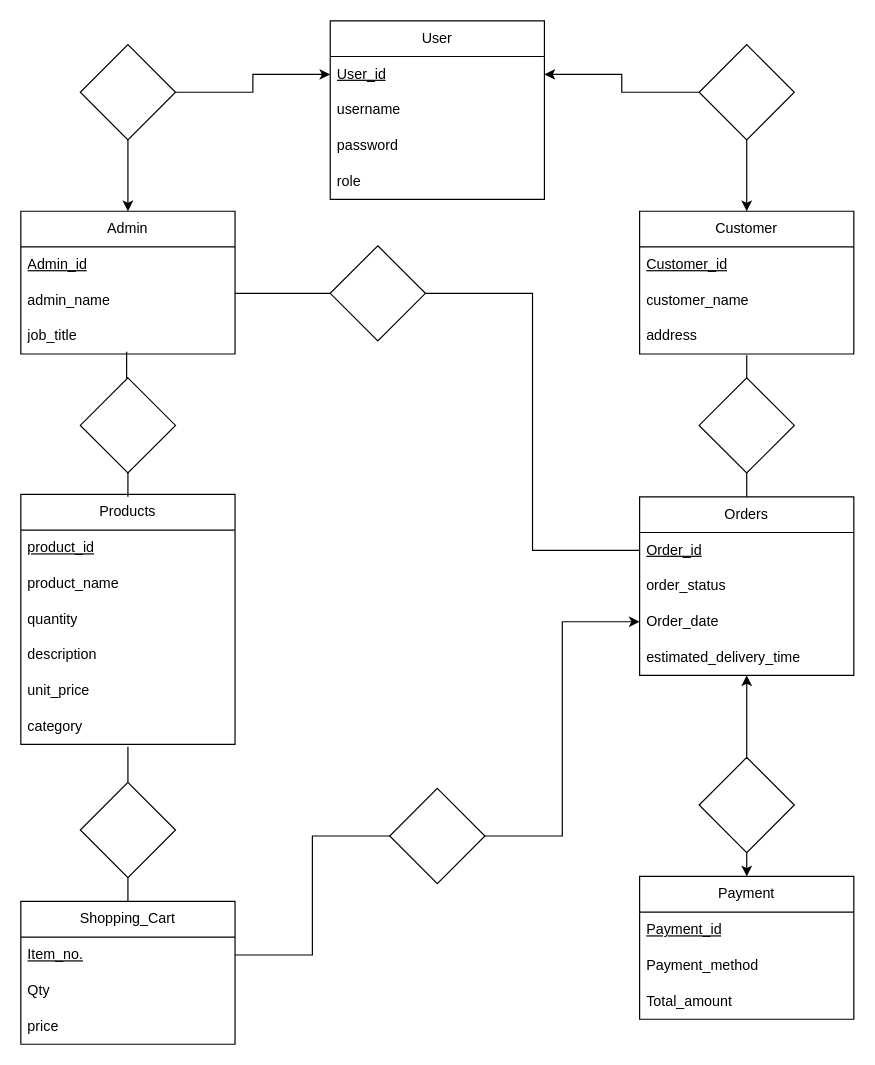
Before: project.drawio in haris-hk/Database-ERD, a draw.io diagram. Source tidied: cells renumbered, new cells numbered last; positions are measured from the earlier drawing's top-left corner, leaving out a move shared by most shapes. Both pictures are drawn from the tidied source at 119%, with x=0, y=0 at pixel (20, 20).
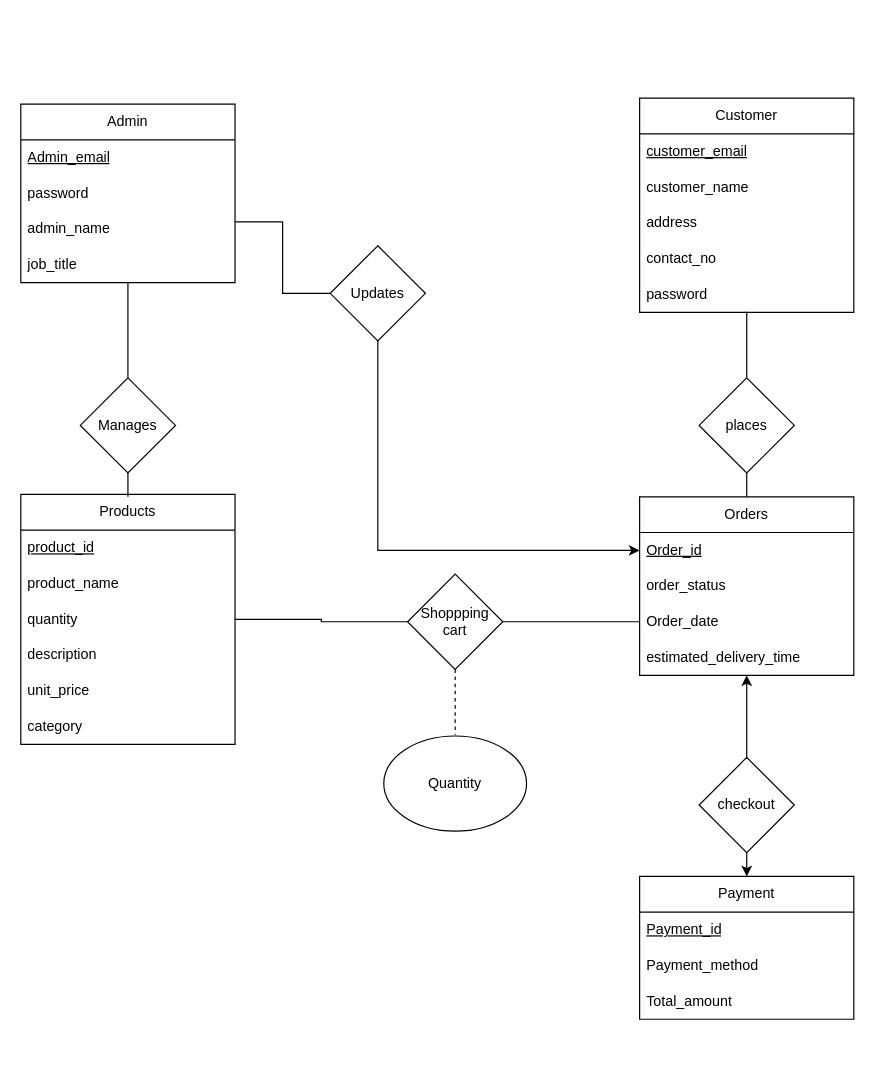
The same diagram, later.

Unchanged cells that the change refers to:
```xml
<mxCell id="14" value="address" style="text;strokeColor=none;fillColor=none;align=left;verticalAlign=middle;spacingLeft=4;spacingRight=4;overflow=hidden;points=[[0,0.5],[1,0.5]];portConstraint=eastwest;whiteSpace=wrap;html=1;" parent="11" vertex="1">
  <mxGeometry y="90" width="180" height="30" as="geometry" />
</mxCell>
<mxCell id="18" value="quantity" style="text;strokeColor=none;fillColor=none;align=left;verticalAlign=middle;spacingLeft=4;spacingRight=4;overflow=hidden;points=[[0,0.5],[1,0.5]];portConstraint=eastwest;whiteSpace=wrap;html=1;" parent="15" vertex="1">
  <mxGeometry y="90" width="180" height="30" as="geometry" />
</mxCell>
<mxCell id="21" value="category" style="text;strokeColor=none;fillColor=none;align=left;verticalAlign=middle;spacingLeft=4;spacingRight=4;overflow=hidden;points=[[0,0.5],[1,0.5]];portConstraint=eastwest;whiteSpace=wrap;html=1;" parent="15" vertex="1">
  <mxGeometry y="180" width="180" height="30" as="geometry" />
</mxCell>
<mxCell id="23" value="&lt;u&gt;Order_id&lt;/u&gt;" style="text;strokeColor=none;fillColor=none;align=left;verticalAlign=middle;spacingLeft=4;spacingRight=4;overflow=hidden;points=[[0,0.5],[1,0.5]];portConstraint=eastwest;whiteSpace=wrap;html=1;" parent="22" vertex="1">
  <mxGeometry y="30" width="180" height="30" as="geometry" />
</mxCell>
<mxCell id="25" value="Order_date" style="text;strokeColor=none;fillColor=none;align=left;verticalAlign=middle;spacingLeft=4;spacingRight=4;overflow=hidden;points=[[0,0.5],[1,0.5]];portConstraint=eastwest;whiteSpace=wrap;html=1;" parent="22" vertex="1">
  <mxGeometry y="90" width="180" height="30" as="geometry" />
</mxCell>
```

The edit, as a diff of the source:
```diff
@@
-    <mxCell id="2" value="User" style="swimlane;fontStyle=0;horizontal=1;startSize=30;whiteSpace=wrap;html=1;" parent="1" vertex="1">
-      <mxGeometry x="260" width="180" height="150" as="geometry" />
-    </mxCell>
-    <mxCell id="3" value="&lt;u&gt;User_id&lt;/u&gt;" style="text;strokeColor=none;fillColor=none;align=left;verticalAlign=middle;spacingLeft=4;spacingRight=4;overflow=hidden;points=[[0,0.5],[1,0.5]];portConstraint=eastwest;whiteSpace=wrap;html=1;" parent="2" vertex="1">
-      <mxGeometry y="30" width="180" height="30" as="geometry" />
-    </mxCell>
-    <mxCell id="4" value="username" style="text;strokeColor=none;fillColor=none;align=left;verticalAlign=middle;spacingLeft=4;spacingRight=4;overflow=hidden;whiteSpace=wrap;html=1;" parent="2" vertex="1">
-      <mxGeometry y="60" width="180" height="30" as="geometry" />
-    </mxCell>
-    <mxCell id="5" value="password" style="text;strokeColor=none;fillColor=none;align=left;verticalAlign=middle;spacingLeft=4;spacingRight=4;overflow=hidden;whiteSpace=wrap;html=1;" parent="2" vertex="1">
-      <mxGeometry y="90" width="180" height="30" as="geometry" />
-    </mxCell>
-    <mxCell id="6" value="role" style="text;strokeColor=none;fillColor=none;align=left;verticalAlign=middle;spacingLeft=4;spacingRight=4;overflow=hidden;whiteSpace=wrap;html=1;" parent="2" vertex="1">
-      <mxGeometry y="120" width="180" height="30" as="geometry" />
-    </mxCell>
     <mxCell id="7" value="Admin" style="swimlane;fontStyle=0;horizontal=1;startSize=30;whiteSpace=wrap;html=1;" parent="1" vertex="1">
-      <mxGeometry y="160" width="180" height="120" as="geometry" />
+      <mxGeometry y="70" width="180" height="150" as="geometry" />
     </mxCell>
-    <mxCell id="8" value="&lt;u&gt;Admin_id&lt;/u&gt;" style="text;strokeColor=none;fillColor=none;align=left;verticalAlign=middle;spacingLeft=4;spacingRight=4;overflow=hidden;whiteSpace=wrap;html=1;" parent="7" vertex="1">
+    <mxCell id="8" value="&lt;u&gt;Admin_email&lt;/u&gt;" style="text;strokeColor=none;fillColor=none;align=left;verticalAlign=middle;spacingLeft=4;spacingRight=4;overflow=hidden;whiteSpace=wrap;html=1;" parent="7" vertex="1">
       <mxGeometry y="30" width="180" height="30" as="geometry" />
     </mxCell>
+    <mxCell id="59" value="password" style="text;strokeColor=none;fillColor=none;align=left;verticalAlign=middle;spacingLeft=4;spacingRight=4;overflow=hidden;whiteSpace=wrap;html=1;" parent="7" vertex="1">
+      <mxGeometry y="60" width="180" height="30" as="geometry" />
+    </mxCell>
     <mxCell id="9" value="admin_name" style="text;strokeColor=none;fillColor=none;align=left;verticalAlign=middle;spacingLeft=4;spacingRight=4;overflow=hidden;points=[[0,0.5],[1,0.5]];portConstraint=eastwest;whiteSpace=wrap;html=1;" parent="7" vertex="1">
-      <mxGeometry y="60" width="180" height="30" as="geometry" />
+      <mxGeometry y="90" width="180" height="30" as="geometry" />
     </mxCell>
     <mxCell id="10" value="job_title" style="text;strokeColor=none;fillColor=none;align=left;verticalAlign=middle;spacingLeft=4;spacingRight=4;overflow=hidden;points=[[0,0.5],[1,0.5]];portConstraint=eastwest;whiteSpace=wrap;html=1;" parent="7" vertex="1">
-      <mxGeometry y="90" width="180" height="30" as="geometry" />
+      <mxGeometry y="120" width="180" height="30" as="geometry" />
     </mxCell>
     <mxCell id="11" value="Customer" style="swimlane;fontStyle=0;horizontal=1;startSize=30;whiteSpace=wrap;html=1;" parent="1" vertex="1">
-      <mxGeometry x="520" y="160" width="180" height="120" as="geometry" />
+      <mxGeometry x="520" y="65" width="180" height="180" as="geometry" />
     </mxCell>
-    <mxCell id="12" value="&lt;u&gt;Customer_id&lt;/u&gt;" style="text;strokeColor=none;fillColor=none;align=left;verticalAlign=middle;spacingLeft=4;spacingRight=4;overflow=hidden;whiteSpace=wrap;html=1;" parent="11" vertex="1">
+    <mxCell id="12" value="&lt;u&gt;customer_email&lt;/u&gt;" style="text;strokeColor=none;fillColor=none;align=left;verticalAlign=middle;spacingLeft=4;spacingRight=4;overflow=hidden;whiteSpace=wrap;html=1;" parent="11" vertex="1">
       <mxGeometry y="30" width="180" height="30" as="geometry" />
     </mxCell>
@@
+    <mxCell id="60" value="contact_no" style="text;strokeColor=none;fillColor=none;align=left;verticalAlign=middle;spacingLeft=4;spacingRight=4;overflow=hidden;whiteSpace=wrap;html=1;" parent="11" vertex="1">
+      <mxGeometry y="120" width="180" height="30" as="geometry" />
+    </mxCell>
+    <mxCell id="61" value="password" style="text;strokeColor=none;fillColor=none;align=left;verticalAlign=middle;spacingLeft=4;spacingRight=4;overflow=hidden;points=[[0,0.5],[1,0.5]];portConstraint=eastwest;whiteSpace=wrap;html=1;" parent="11" vertex="1">
+      <mxGeometry y="150" width="180" height="30" as="geometry" />
+    </mxCell>
@@
-    <mxCell id="27" value="Shopping_Cart" style="swimlane;fontStyle=0;horizontal=1;startSize=30;whiteSpace=wrap;html=1;" parent="1" vertex="1">
-      <mxGeometry y="740" width="180" height="120" as="geometry" />
-    </mxCell>
-    <mxCell id="28" value="&lt;u&gt;Item_no.&lt;/u&gt;" style="text;strokeColor=none;fillColor=none;align=left;verticalAlign=middle;spacingLeft=4;spacingRight=4;overflow=hidden;points=[[0,0.5],[1,0.5]];portConstraint=eastwest;whiteSpace=wrap;html=1;" parent="27" vertex="1">
-      <mxGeometry y="30" width="180" height="30" as="geometry" />
-    </mxCell>
-    <mxCell id="29" value="Qty" style="text;strokeColor=none;fillColor=none;align=left;verticalAlign=middle;spacingLeft=4;spacingRight=4;overflow=hidden;whiteSpace=wrap;html=1;" parent="27" vertex="1">
-      <mxGeometry y="60" width="180" height="30" as="geometry" />
-    </mxCell>
-    <mxCell id="30" value="price" style="text;strokeColor=none;fillColor=none;align=left;verticalAlign=middle;spacingLeft=4;spacingRight=4;overflow=hidden;whiteSpace=wrap;html=1;" parent="27" vertex="1">
-      <mxGeometry y="90" width="180" height="30" as="geometry" />
-    </mxCell>
@@
-    <mxCell id="35" style="edgeStyle=orthogonalEdgeStyle;rounded=0;jettySize=auto;html=1;exitX=1;exitY=0.5;exitDx=0;exitDy=0;entryX=0;entryY=0.5;entryDx=0;entryDy=0;" parent="1" edge="1" source="37" target="3">
-      <mxGeometry relative="1" as="geometry" />
-    </mxCell>
-    <mxCell id="36" style="edgeStyle=orthogonalEdgeStyle;rounded=0;jettySize=auto;html=1;exitX=0.5;exitY=1;exitDx=0;exitDy=0;entryX=0.5;entryY=0;entryDx=0;entryDy=0;" parent="1" edge="1" source="37" target="7">
-      <mxGeometry relative="1" as="geometry" />
-    </mxCell>
-    <mxCell id="37" style="rhombus;whiteSpace=wrap;html=1;" parent="1" vertex="1">
-      <mxGeometry x="50" y="20" width="80" height="80" as="geometry" />
-    </mxCell>
@@
+    <mxCell id="62" style="edgeStyle=orthogonalEdgeStyle;rounded=0;jettySize=auto;html=1;exitX=0.5;exitY=0;exitDx=0;exitDy=0;endArrow=none;endFill=0;" parent="1" edge="1" source="39">
+      <mxGeometry relative="1" as="geometry">
+        <mxPoint x="90" y="220" as="targetPoint" />
+      </mxGeometry>
+    </mxCell>
-    <mxCell id="39" style="rhombus;whiteSpace=wrap;html=1;" parent="1" vertex="1">
+    <mxCell id="39" value="Manages" style="rhombus;whiteSpace=wrap;html=1;" parent="1" vertex="1">
       <mxGeometry x="50" y="300" width="80" height="80" as="geometry" />
     </mxCell>
@@
+    <mxCell id="63" style="edgeStyle=orthogonalEdgeStyle;rounded=0;jettySize=auto;html=1;exitX=0.5;exitY=0;exitDx=0;exitDy=0;entryX=0.494;entryY=1;entryDx=0;entryDy=0;entryPerimeter=0;endArrow=none;endFill=0;" parent="1" edge="1" source="41" target="61">
+      <mxGeometry relative="1" as="geometry">
+        <Array as="points">
+          <mxPoint x="610" y="245" />
+        </Array>
+      </mxGeometry>
+    </mxCell>
-    <mxCell id="41" style="rhombus;whiteSpace=wrap;html=1;" parent="1" vertex="1">
+    <mxCell id="41" value="places" style="rhombus;whiteSpace=wrap;html=1;" parent="1" vertex="1">
       <mxGeometry x="570" y="300" width="80" height="80" as="geometry" />
     </mxCell>
-    <mxCell id="42" style="edgeStyle=orthogonalEdgeStyle;rounded=0;jettySize=auto;html=1;exitX=0.5;exitY=1;exitDx=0;exitDy=0;entryX=0.5;entryY=0;entryDx=0;entryDy=0;endArrow=none;endFill=0;" parent="1" edge="1" source="43" target="27">
-      <mxGeometry relative="1" as="geometry" />
-    </mxCell>
-    <mxCell id="43" style="rhombus;whiteSpace=wrap;html=1;" parent="1" vertex="1">
-      <mxGeometry x="50" y="640" width="80" height="80" as="geometry" />
-    </mxCell>
@@
-    <mxCell id="45" style="rhombus;whiteSpace=wrap;html=1;" parent="1" vertex="1">
+    <mxCell id="45" value="checkout" style="rhombus;whiteSpace=wrap;html=1;" parent="1" vertex="1">
       <mxGeometry x="570" y="619" width="80" height="80" as="geometry" />
     </mxCell>
-    <mxCell id="46" style="edgeStyle=orthogonalEdgeStyle;rounded=0;jettySize=auto;html=1;exitX=0;exitY=0.5;exitDx=0;exitDy=0;entryX=1;entryY=0.5;entryDx=0;entryDy=0;" parent="1" edge="1" source="48" target="3">
-      <mxGeometry relative="1" as="geometry" />
-    </mxCell>
-    <mxCell id="47" style="edgeStyle=orthogonalEdgeStyle;rounded=0;jettySize=auto;html=1;exitX=0.5;exitY=1;exitDx=0;exitDy=0;entryX=0.5;entryY=0;entryDx=0;entryDy=0;" parent="1" edge="1" source="48" target="11">
-      <mxGeometry relative="1" as="geometry" />
-    </mxCell>
-    <mxCell id="48" style="rhombus;whiteSpace=wrap;html=1;" parent="1" vertex="1">
-      <mxGeometry x="570" y="20" width="80" height="80" as="geometry" />
-    </mxCell>
-    <mxCell id="49" style="edgeStyle=orthogonalEdgeStyle;rounded=0;jettySize=auto;html=1;exitX=0.5;exitY=0;exitDx=0;exitDy=0;entryX=0.494;entryY=0.933;entryDx=0;entryDy=0;entryPerimeter=0;endArrow=none;endFill=0;" parent="1" edge="1" source="39" target="10">
-      <mxGeometry relative="1" as="geometry" />
-    </mxCell>
-    <mxCell id="50" style="edgeStyle=orthogonalEdgeStyle;rounded=0;jettySize=auto;html=1;exitX=0.5;exitY=0;exitDx=0;exitDy=0;entryX=0.5;entryY=1.033;entryDx=0;entryDy=0;entryPerimeter=0;endArrow=none;endFill=0;" parent="1" edge="1" source="41" target="14">
-      <mxGeometry relative="1" as="geometry" />
-    </mxCell>
-    <mxCell id="51" style="edgeStyle=orthogonalEdgeStyle;rounded=0;jettySize=auto;html=1;exitX=1;exitY=0.5;exitDx=0;exitDy=0;entryX=0;entryY=0.5;entryDx=0;entryDy=0;" parent="1" edge="1" source="52" target="25">
+    <mxCell id="51" style="edgeStyle=orthogonalEdgeStyle;rounded=0;jettySize=auto;html=1;exitX=1;exitY=0.5;exitDx=0;exitDy=0;entryX=0;entryY=0.5;entryDx=0;entryDy=0;endArrow=none;endFill=0;" parent="1" edge="1" source="52" target="25">
       <mxGeometry relative="1" as="geometry" />
     </mxCell>
+    <mxCell id="64" style="edgeStyle=orthogonalEdgeStyle;rounded=0;jettySize=auto;html=1;exitX=0;exitY=0.5;exitDx=0;exitDy=0;entryX=1;entryY=0.5;entryDx=0;entryDy=0;endArrow=none;endFill=0;" parent="1" edge="1" source="52" target="18">
+      <mxGeometry relative="1" as="geometry" />
+    </mxCell>
+    <mxCell id="65" style="edgeStyle=orthogonalEdgeStyle;rounded=0;jettySize=auto;html=1;entryX=0.5;entryY=0;entryDx=0;entryDy=0;endArrow=none;endFill=0;dashed=1;" parent="1" edge="1" source="52">
+      <mxGeometry relative="1" as="geometry">
+        <mxPoint x="365" y="600" as="targetPoint" />
+      </mxGeometry>
+    </mxCell>
-    <mxCell id="52" style="rhombus;whiteSpace=wrap;html=1;" parent="1" vertex="1">
-      <mxGeometry x="310" y="645" width="80" height="80" as="geometry" />
+    <mxCell id="52" value="Shoppping&lt;div&gt;cart&lt;/div&gt;" style="rhombus;whiteSpace=wrap;html=1;strokeWidth=1;" parent="1" vertex="1">
+      <mxGeometry x="325" y="465" width="80" height="80" as="geometry" />
     </mxCell>
-    <mxCell id="53" style="edgeStyle=orthogonalEdgeStyle;rounded=0;jettySize=auto;html=1;exitX=1;exitY=0.5;exitDx=0;exitDy=0;entryX=0;entryY=0.5;entryDx=0;entryDy=0;endArrow=none;endFill=0;" parent="1" edge="1" source="28" target="52">
-      <mxGeometry relative="1" as="geometry" />
-    </mxCell>
-    <mxCell id="54" style="edgeStyle=orthogonalEdgeStyle;rounded=0;jettySize=auto;html=1;exitX=0.5;exitY=0;exitDx=0;exitDy=0;entryX=0.5;entryY=1.067;entryDx=0;entryDy=0;entryPerimeter=0;endArrow=none;endFill=0;" parent="1" edge="1" source="43" target="21">
-      <mxGeometry relative="1" as="geometry" />
-    </mxCell>
@@
-    <mxCell id="56" style="edgeStyle=orthogonalEdgeStyle;rounded=0;jettySize=auto;html=1;exitX=1;exitY=0.5;exitDx=0;exitDy=0;entryX=0;entryY=0.5;entryDx=0;entryDy=0;endArrow=none;endFill=0;" parent="1" edge="1" source="57" target="23">
+    <mxCell id="56" style="edgeStyle=orthogonalEdgeStyle;rounded=0;jettySize=auto;html=1;exitX=0.5;exitY=1;exitDx=0;exitDy=0;entryX=0;entryY=0.5;entryDx=0;entryDy=0;" parent="1" edge="1" source="57" target="23">
       <mxGeometry relative="1" as="geometry" />
     </mxCell>
-    <mxCell id="57" style="rhombus;whiteSpace=wrap;html=1;" parent="1" vertex="1">
+    <mxCell id="57" value="Updates" style="rhombus;whiteSpace=wrap;html=1;" parent="1" vertex="1">
       <mxGeometry x="260" y="189" width="80" height="80" as="geometry" />
     </mxCell>
@@
+    <mxCell id="66" value="Quantity" style="ellipse;whiteSpace=wrap;html=1;" parent="1" vertex="1">
+      <mxGeometry x="305" y="601" width="120" height="80" as="geometry" />
+    </mxCell>
```
